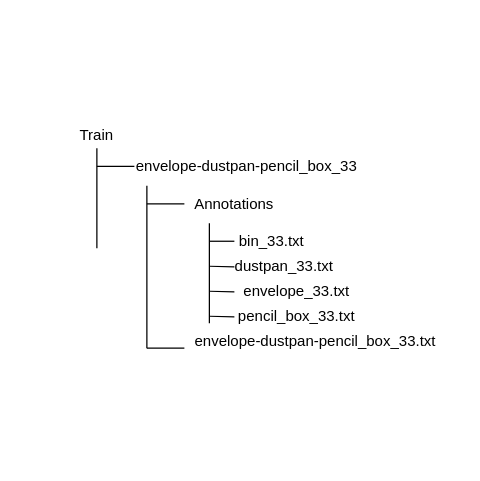
This is AB.drawio from Vishal1711/My_Drawings, a draw.io file, before an edit. Source tidied: cells renumbered, new cells numbered last; positions are measured from the earlier drawing's top-left corner, leaving out a move shared by most shapes. Both pictures are drawn from the tidied source at 125%, with x=0, y=0 at pixel (59, 122).
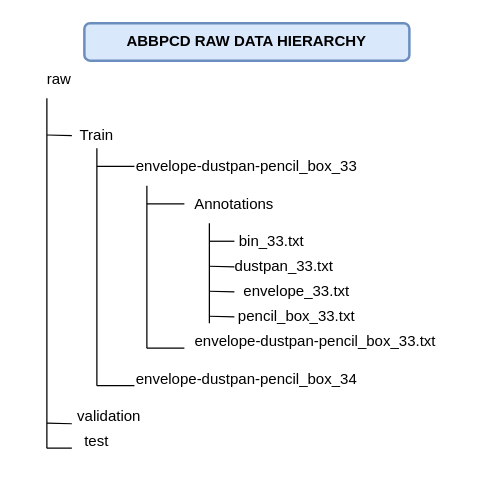
After the change.

Diff of the diagram source:
```diff
@@
     <mxCell id="3" style="endArrow=none;html=1;rounded=0;" parent="1" edge="1">
       <mxGeometry relative="1" as="geometry">
-        <mxPoint x="30" y="100" as="sourcePoint" />
+        <mxPoint x="30" y="210" as="sourcePoint" />
         <mxPoint x="30" y="20" as="targetPoint" />
       </mxGeometry>
     </mxCell>
@@
+    <mxCell id="20" value="envelope-dustpan-pencil_box_34" style="text;html=1;strokeColor=none;fillColor=none;align=center;verticalAlign=middle;whiteSpace=wrap;rounded=0;" parent="1" vertex="1">
+      <mxGeometry x="40" y="190" width="220" height="30" as="geometry" />
+    </mxCell>
+    <mxCell id="21" style="endArrow=none;html=1;rounded=0;" parent="1" edge="1">
+      <mxGeometry relative="1" as="geometry">
+        <mxPoint x="30" y="210" as="sourcePoint" />
+        <mxPoint x="60" y="210" as="targetPoint" />
+      </mxGeometry>
+    </mxCell>
+    <mxCell id="22" style="endArrow=none;html=1;rounded=0;" parent="1" edge="1">
+      <mxGeometry relative="1" as="geometry">
+        <mxPoint x="-10" y="260" as="sourcePoint" />
+        <mxPoint x="-10" y="-20" as="targetPoint" />
+      </mxGeometry>
+    </mxCell>
+    <mxCell id="23" value="raw" style="text;html=1;strokeColor=none;fillColor=none;align=center;verticalAlign=middle;whiteSpace=wrap;rounded=0;" parent="1" vertex="1">
+      <mxGeometry x="-30" y="-50" width="60" height="30" as="geometry" />
+    </mxCell>
+    <mxCell id="24" style="endArrow=none;html=1;rounded=0;" parent="1" edge="1">
+      <mxGeometry relative="1" as="geometry">
+        <mxPoint x="-10" y="9.5" as="sourcePoint" />
+        <mxPoint x="10" y="10" as="targetPoint" />
+      </mxGeometry>
+    </mxCell>
+    <mxCell id="25" style="endArrow=none;html=1;rounded=0;" parent="1" edge="1">
+      <mxGeometry relative="1" as="geometry">
+        <mxPoint x="-10" y="240" as="sourcePoint" />
+        <mxPoint x="10" y="240.5" as="targetPoint" />
+      </mxGeometry>
+    </mxCell>
+    <mxCell id="26" value="validation" style="text;html=1;strokeColor=none;fillColor=none;align=center;verticalAlign=middle;whiteSpace=wrap;rounded=0;" parent="1" vertex="1">
+      <mxGeometry x="10" y="220" width="60" height="30" as="geometry" />
+    </mxCell>
+    <mxCell id="27" style="endArrow=none;html=1;rounded=0;" parent="1" edge="1">
+      <mxGeometry relative="1" as="geometry">
+        <mxPoint x="-10" y="260" as="sourcePoint" />
+        <mxPoint x="10" y="260" as="targetPoint" />
+      </mxGeometry>
+    </mxCell>
+    <mxCell id="28" value="test" style="text;html=1;strokeColor=none;fillColor=none;align=center;verticalAlign=middle;whiteSpace=wrap;rounded=0;" parent="1" vertex="1">
+      <mxGeometry y="240" width="60" height="30" as="geometry" />
+    </mxCell>
+    <mxCell id="29" value="ABBPCD RAW DATA HIERARCHY" style="text;html=1;strokeColor=#6c8ebf;fillColor=#dae8fc;align=center;verticalAlign=middle;whiteSpace=wrap;rounded=1;strokeWidth=2;fontStyle=1;" parent="1" vertex="1">
+      <mxGeometry x="20" y="-80" width="260" height="30" as="geometry" />
+    </mxCell>
```
